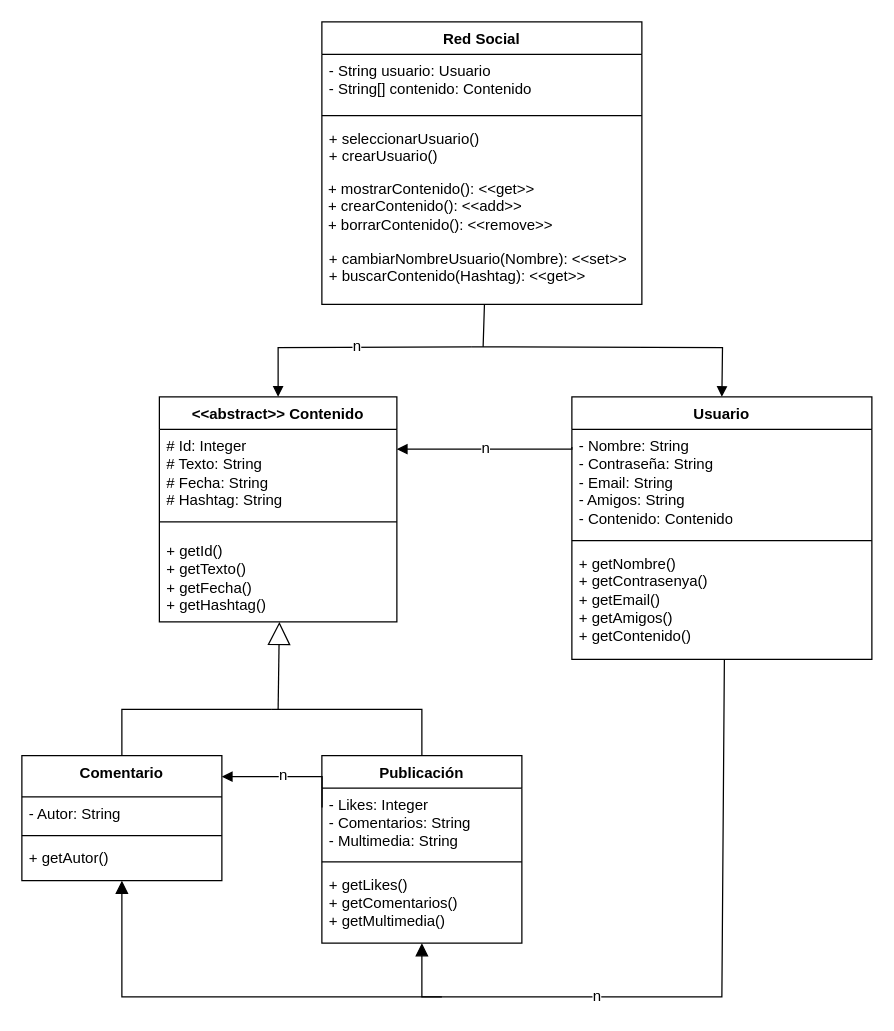
The draw.io diagram diag/dc.drawio in Kore29/Program-Whale, before the edit. Source tidied: cells renumbered, new cells numbered last; positions are measured from the earlier drawing's top-left corner, leaving out a move shared by most shapes. Both pictures are drawn from the tidied source at 125%, with x=0, y=0 at pixel (21, 21).
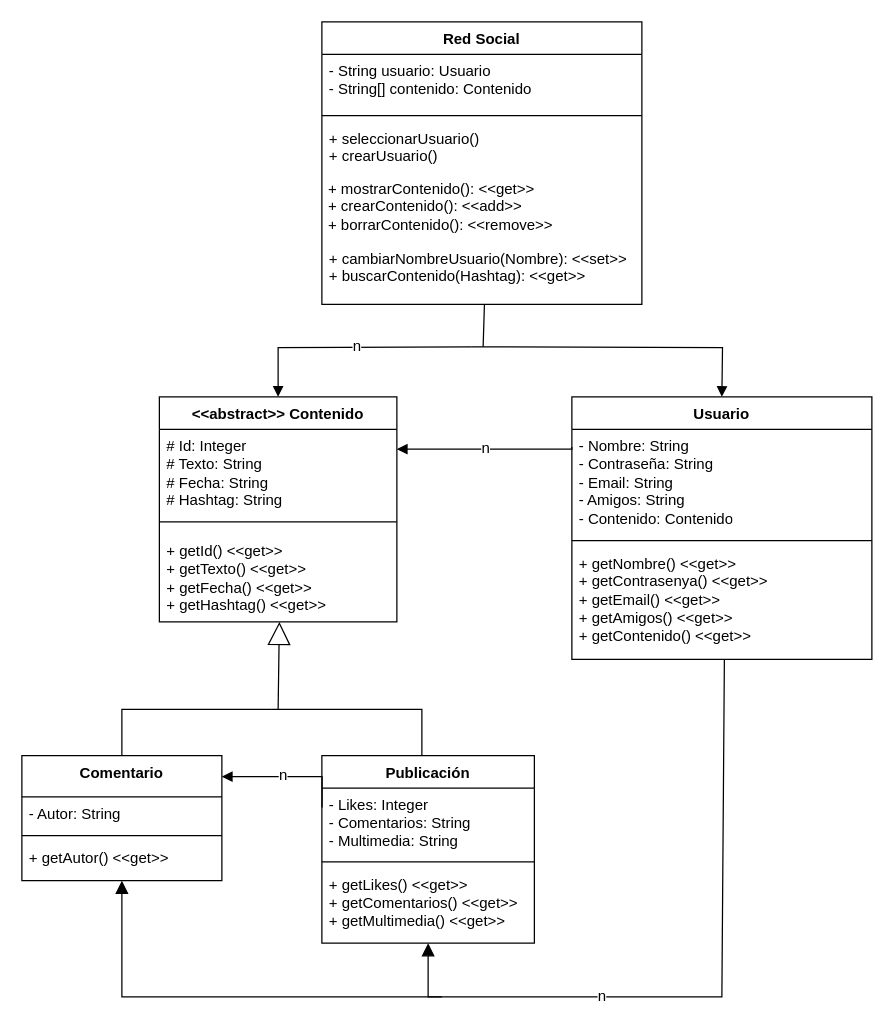
After the change.

The change refers to these unchanged cells:
```xml
<mxCell id="2" value="&lt;div&gt;&amp;lt;&amp;lt;abstract&amp;gt;&amp;gt; Contenido&lt;/div&gt;&lt;div&gt;&lt;br&gt;&lt;/div&gt;" style="swimlane;fontStyle=1;align=center;verticalAlign=top;horizontal=1;startSize=26;whiteSpace=wrap;html=1;" parent="1" vertex="1">
  <mxGeometry x="110" y="300" width="190" height="180" as="geometry" />
</mxCell>
<mxCell id="12" value="Usuario" style="swimlane;fontStyle=1;align=center;verticalAlign=top;horizontal=1;startSize=26;whiteSpace=wrap;html=1;" parent="1" vertex="1">
  <mxGeometry x="440" y="300" width="240" height="210" as="geometry" />
</mxCell>
<mxCell id="21" value="Comentario" style="swimlane;fontStyle=1;align=center;verticalAlign=top;horizontal=1;startSize=33;whiteSpace=wrap;html=1;" parent="1" vertex="1">
  <mxGeometry y="587" width="160" height="100" as="geometry" />
</mxCell>
```

Diff of the diagram source:
```diff
@@
-    <mxCell id="5" value="&lt;div&gt;+ getId()&lt;/div&gt;&lt;div&gt;+ getTexto()&lt;/div&gt;&lt;div&gt;+ getFecha()&lt;/div&gt;&lt;div&gt;+ getHashtag()&lt;/div&gt;" style="text;strokeColor=none;fillColor=none;align=left;verticalAlign=top;spacingLeft=4;spacingRight=4;overflow=hidden;whiteSpace=wrap;html=1;" parent="2" vertex="1">
+    <mxCell id="5" value="&lt;div&gt;+ getId()&amp;nbsp;&lt;span style=&quot;background-color: transparent; color: light-dark(rgb(0, 0, 0), rgb(255, 255, 255));&quot;&gt;&amp;lt;&amp;lt;get&amp;gt;&amp;gt;&lt;/span&gt;&lt;/div&gt;&lt;div&gt;+ getTexto()&amp;nbsp;&lt;span style=&quot;background-color: transparent; color: light-dark(rgb(0, 0, 0), rgb(255, 255, 255));&quot;&gt;&amp;lt;&amp;lt;get&amp;gt;&amp;gt;&lt;/span&gt;&lt;/div&gt;&lt;div&gt;+ getFecha()&amp;nbsp;&lt;span style=&quot;background-color: transparent; color: light-dark(rgb(0, 0, 0), rgb(255, 255, 255));&quot;&gt;&amp;lt;&amp;lt;get&amp;gt;&amp;gt;&lt;/span&gt;&lt;/div&gt;&lt;div&gt;+ getHashtag()&amp;nbsp;&lt;span style=&quot;background-color: transparent; color: light-dark(rgb(0, 0, 0), rgb(255, 255, 255));&quot;&gt;&amp;lt;&amp;lt;get&amp;gt;&amp;gt;&lt;/span&gt;&lt;/div&gt;" style="text;strokeColor=none;fillColor=none;align=left;verticalAlign=top;spacingLeft=4;spacingRight=4;overflow=hidden;whiteSpace=wrap;html=1;" parent="2" vertex="1">
       <mxGeometry y="110" width="190" height="70" as="geometry" />
     </mxCell>
@@
-    <mxCell id="15" value="&lt;div&gt;+ getNombre()&lt;/div&gt;&lt;div&gt;+ getContrasenya()&lt;/div&gt;&lt;div&gt;+ getEmail()&lt;/div&gt;&lt;div&gt;+ getAmigos()&lt;/div&gt;&lt;div&gt;+ getContenido()&lt;/div&gt;" style="text;strokeColor=none;fillColor=none;align=left;verticalAlign=top;spacingLeft=4;spacingRight=4;overflow=hidden;whiteSpace=wrap;html=1;" parent="12" vertex="1">
+    <mxCell id="15" value="&lt;div&gt;+ getNombre()&amp;nbsp;&lt;span style=&quot;background-color: transparent; color: light-dark(rgb(0, 0, 0), rgb(255, 255, 255));&quot;&gt;&amp;lt;&amp;lt;get&amp;gt;&amp;gt;&lt;/span&gt;&lt;/div&gt;&lt;div&gt;+ getContrasenya()&amp;nbsp;&lt;span style=&quot;background-color: transparent; color: light-dark(rgb(0, 0, 0), rgb(255, 255, 255));&quot;&gt;&amp;lt;&amp;lt;get&amp;gt;&amp;gt;&lt;/span&gt;&lt;/div&gt;&lt;div&gt;+ getEmail()&amp;nbsp;&lt;span style=&quot;background-color: transparent; color: light-dark(rgb(0, 0, 0), rgb(255, 255, 255));&quot;&gt;&amp;lt;&amp;lt;get&amp;gt;&amp;gt;&lt;/span&gt;&lt;/div&gt;&lt;div&gt;+ getAmigos()&amp;nbsp;&lt;span style=&quot;background-color: transparent; color: light-dark(rgb(0, 0, 0), rgb(255, 255, 255));&quot;&gt;&amp;lt;&amp;lt;get&amp;gt;&amp;gt;&lt;/span&gt;&lt;/div&gt;&lt;div&gt;+ getContenido()&amp;nbsp;&lt;span style=&quot;background-color: transparent; color: light-dark(rgb(0, 0, 0), rgb(255, 255, 255));&quot;&gt;&amp;lt;&amp;lt;get&amp;gt;&amp;gt;&lt;/span&gt;&lt;/div&gt;" style="text;strokeColor=none;fillColor=none;align=left;verticalAlign=top;spacingLeft=4;spacingRight=4;overflow=hidden;whiteSpace=wrap;html=1;" parent="12" vertex="1">
       <mxGeometry y="120" width="240" height="90" as="geometry" />
     </mxCell>
@@
-    <mxCell id="24" value="&lt;div&gt;+ getAutor()&lt;/div&gt;" style="text;strokeColor=none;fillColor=none;align=left;verticalAlign=top;spacingLeft=4;spacingRight=4;overflow=hidden;whiteSpace=wrap;html=1;" parent="21" vertex="1">
+    <mxCell id="24" value="&lt;div&gt;+ getAutor()&amp;nbsp;&lt;span style=&quot;background-color: transparent; color: light-dark(rgb(0, 0, 0), rgb(255, 255, 255));&quot;&gt;&amp;lt;&amp;lt;get&amp;gt;&amp;gt;&lt;/span&gt;&lt;/div&gt;" style="text;strokeColor=none;fillColor=none;align=left;verticalAlign=top;spacingLeft=4;spacingRight=4;overflow=hidden;whiteSpace=wrap;html=1;" parent="21" vertex="1">
       <mxGeometry y="68" width="160" height="32" as="geometry" />
     </mxCell>
     <mxCell id="25" value="Publicación" style="swimlane;fontStyle=1;align=center;verticalAlign=top;horizontal=1;startSize=26;whiteSpace=wrap;html=1;" parent="1" vertex="1">
-      <mxGeometry x="240" y="587" width="160" height="150" as="geometry" />
+      <mxGeometry x="240" y="587" width="170" height="150" as="geometry" />
     </mxCell>
     <mxCell id="26" value="&lt;div&gt;&lt;span style=&quot;background-color: transparent; color: light-dark(rgb(0, 0, 0), rgb(255, 255, 255));&quot;&gt;- Likes: Integer&lt;/span&gt;&lt;/div&gt;&lt;div&gt;&lt;span style=&quot;background-color: transparent; color: light-dark(rgb(0, 0, 0), rgb(255, 255, 255));&quot;&gt;- Comentarios: String&amp;nbsp;&lt;/span&gt;&lt;/div&gt;&lt;div&gt;&lt;span style=&quot;background-color: transparent; color: light-dark(rgb(0, 0, 0), rgb(255, 255, 255));&quot;&gt;- Multimedia: String&lt;/span&gt;&lt;/div&gt;" style="text;strokeColor=none;fillColor=none;align=left;verticalAlign=top;spacingLeft=4;spacingRight=4;overflow=hidden;whiteSpace=wrap;html=1;" parent="25" vertex="1">
-      <mxGeometry y="26" width="160" height="54" as="geometry" />
+      <mxGeometry y="26" width="170" height="54" as="geometry" />
     </mxCell>
     <mxCell id="27" style="line;strokeWidth=1;fillColor=none;align=left;verticalAlign=middle;spacingTop=-1;spacingLeft=3;spacingRight=3;labelPosition=right;strokeColor=inherit;" parent="25" vertex="1">
-      <mxGeometry y="80" width="160" height="10" as="geometry" />
+      <mxGeometry y="80" width="170" height="10" as="geometry" />
     </mxCell>
-    <mxCell id="28" value="+ getLikes()&lt;div&gt;+ getComentarios()&lt;/div&gt;&lt;div&gt;+ getMultimedia()&lt;/div&gt;" style="text;strokeColor=none;fillColor=none;align=left;verticalAlign=top;spacingLeft=4;spacingRight=4;overflow=hidden;whiteSpace=wrap;html=1;" parent="25" vertex="1">
-      <mxGeometry y="90" width="160" height="60" as="geometry" />
+    <mxCell id="28" value="+ getLikes() &amp;lt;&amp;lt;get&amp;gt;&amp;gt;&lt;div&gt;+ getComentarios()&amp;nbsp;&lt;span style=&quot;background-color: transparent; color: light-dark(rgb(0, 0, 0), rgb(255, 255, 255));&quot;&gt;&amp;lt;&amp;lt;get&amp;gt;&amp;gt;&lt;/span&gt;&lt;/div&gt;&lt;div&gt;+ getMultimedia()&amp;nbsp;&lt;span style=&quot;background-color: transparent; color: light-dark(rgb(0, 0, 0), rgb(255, 255, 255));&quot;&gt;&amp;lt;&amp;lt;get&amp;gt;&amp;gt;&lt;/span&gt;&lt;/div&gt;" style="text;strokeColor=none;fillColor=none;align=left;verticalAlign=top;spacingLeft=4;spacingRight=4;overflow=hidden;whiteSpace=wrap;html=1;" parent="25" vertex="1">
+      <mxGeometry y="90" width="170" height="60" as="geometry" />
     </mxCell>
@@
     <mxCell id="32" style="html=1;verticalAlign=bottom;endArrow=block;curved=0;rounded=0;fontSize=12;startSize=8;endSize=8;entryX=0.5;entryY=1;entryDx=0;entryDy=0;" parent="1" edge="1" target="25">
       <mxGeometry relative="1" as="geometry">
         <mxPoint x="562" y="510" as="sourcePoint" />
         <Array as="points">
           <mxPoint x="560" y="780" />
-          <mxPoint x="320" y="780" />
+          <mxPoint x="325" y="780" />
         </Array>
       </mxGeometry>
     </mxCell>
```
